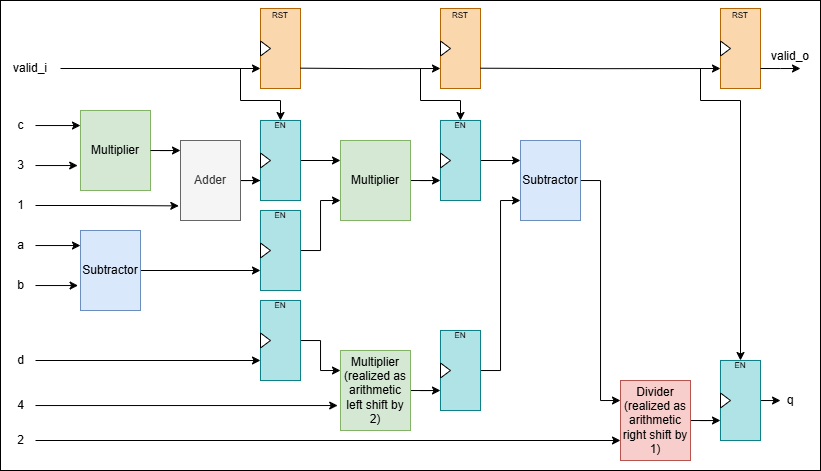
This is diagram/math_equation_diagram.png from olzhasnurman/math_equation, a draw.io export, as it was before one commit. Source tidied: cells renumbered, new cells last; positions are measured from the earlier drawing's top-left corner, leaving out a move shared by most shapes.
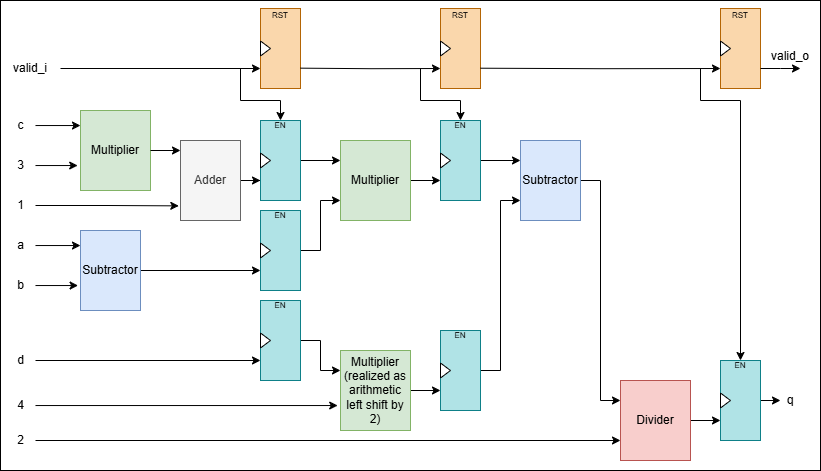
After the change.

Commit message:
Fix: Fixed division diagram.

What changed in the source:
```diff
@@ -86,7 +86,7 @@
     <mxCell id="29" style="edgeStyle=orthogonalEdgeStyle;rounded=0;jettySize=auto;html=1;entryX=0;entryY=0.75;entryDx=0;entryDy=0;" parent="1" edge="1" source="30" target="63">
       <mxGeometry relative="1" as="geometry" />
     </mxCell>
-    <mxCell id="30" value="&lt;div&gt;Divider&lt;/div&gt;&lt;div&gt;(realized as&lt;/div&gt;&lt;div&gt;arithmetic&lt;/div&gt;&lt;div&gt;right shift by 1)&lt;/div&gt;" style="rounded=0;whiteSpace=wrap;html=1;fillColor=#f8cecc;strokeColor=#b85450;" parent="1" vertex="1">
+    <mxCell id="30" value="&lt;div&gt;Divider&lt;/div&gt;" style="rounded=0;whiteSpace=wrap;html=1;fillColor=#f8cecc;strokeColor=#b85450;" parent="1" vertex="1">
       <mxGeometry x="620" y="380" width="70" height="80" as="geometry" />
     </mxCell>
     <mxCell id="31" style="edgeStyle=orthogonalEdgeStyle;rounded=0;jettySize=auto;html=1;entryX=0;entryY=0.75;entryDx=0;entryDy=0;" parent="1" edge="1" source="32" target="30">
```
